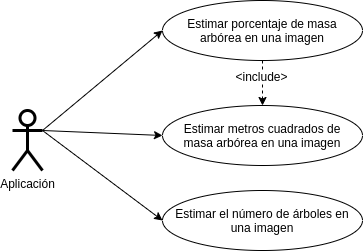
The draw.io diagram docs/CasosUsoVision.png in dsilvalo28/AIVA-DAIA, before a commit. Source tidied: cells renumbered, new cells last; positions are measured from the earlier drawing's top-left corner, leaving out a move shared by most shapes.
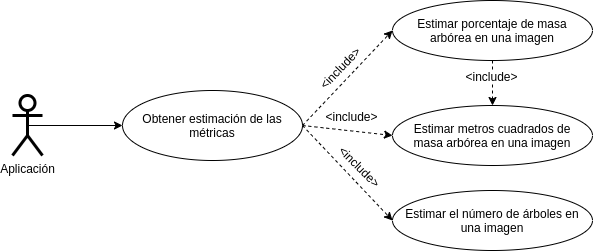
The same diagram one commit later.

Diff of the diagram source:
```diff
@@ -2,32 +2,53 @@
   <root>
     <mxCell id="0" />
     <mxCell id="1" parent="0" />
-    <mxCell id="2" style="edgeStyle=none;rounded=0;jettySize=auto;html=1;exitX=1;exitY=0.3333333333333333;exitDx=0;exitDy=0;exitPerimeter=0;entryX=0;entryY=0.5;entryDx=0;entryDy=0;strokeColor=#000000;strokeWidth=1;" parent="1" edge="1" source="5" target="9">
+    <mxCell id="2" style="edgeStyle=none;rounded=0;jettySize=auto;html=1;exitX=1;exitY=0.5;exitDx=0;exitDy=0;entryX=0;entryY=0.5;entryDx=0;entryDy=0;strokeColor=#000000;strokeWidth=1;dashed=1;" parent="1" edge="1" source="12" target="10">
       <mxGeometry relative="1" as="geometry" />
     </mxCell>
-    <mxCell id="3" style="edgeStyle=none;rounded=0;jettySize=auto;html=1;exitX=1;exitY=0.3333333333333333;exitDx=0;exitDy=0;exitPerimeter=0;entryX=0;entryY=0.5;entryDx=0;entryDy=0;strokeColor=#000000;strokeWidth=1;" parent="1" edge="1" source="5" target="6">
+    <mxCell id="3" style="edgeStyle=none;rounded=0;jettySize=auto;html=1;exitX=1;exitY=0.5;exitDx=0;exitDy=0;entryX=0;entryY=0.5;entryDx=0;entryDy=0;strokeColor=#000000;strokeWidth=1;dashed=1;" parent="1" edge="1" source="12" target="7">
       <mxGeometry relative="1" as="geometry" />
     </mxCell>
-    <mxCell id="4" style="edgeStyle=none;rounded=0;jettySize=auto;html=1;exitX=1;exitY=0.3333333333333333;exitDx=0;exitDy=0;exitPerimeter=0;entryX=0;entryY=0.5;entryDx=0;entryDy=0;strokeColor=#000000;strokeWidth=1;" parent="1" edge="1" source="5" target="10">
+    <mxCell id="4" style="edgeStyle=none;rounded=0;jettySize=auto;html=1;exitX=1;exitY=0.5;exitDx=0;exitDy=0;entryX=0;entryY=0.5;entryDx=0;entryDy=0;strokeColor=#000000;strokeWidth=1;dashed=1;" parent="1" edge="1" source="12" target="11">
       <mxGeometry relative="1" as="geometry" />
     </mxCell>
-    <mxCell id="5" value="Aplicación" style="shape=umlActor;verticalLabelPosition=bottom;labelBackgroundColor=#ffffff;verticalAlign=top;html=1;strokeWidth=3;" parent="1" vertex="1">
-      <mxGeometry y="110" width="30" height="60" as="geometry" />
+    <mxCell id="5" style="edgeStyle=orthogonalEdgeStyle;rounded=0;jettySize=auto;html=1;exitX=0.5;exitY=0.5;exitDx=0;exitDy=0;exitPerimeter=0;entryX=0;entryY=0.5;entryDx=0;entryDy=0;" parent="1" edge="1" source="6" target="12">
+      <mxGeometry relative="1" as="geometry" />
     </mxCell>
-    <mxCell id="6" value="Estimar metros cuadrados de masa arbórea en una imagen" style="ellipse;whiteSpace=wrap;align=center;html=1;spacingLeft=8;spacingRight=8;" parent="1" vertex="1">
-      <mxGeometry x="150" y="105" width="200" height="60" as="geometry" />
+    <mxCell id="6" value="Aplicación" style="shape=umlActor;verticalLabelPosition=bottom;labelBackgroundColor=#ffffff;verticalAlign=top;html=1;strokeWidth=3;" parent="1" vertex="1">
+      <mxGeometry y="110" width="30" height="60" as="geometry" />
     </mxCell>
-    <mxCell id="7" style="edgeStyle=none;rounded=0;jettySize=auto;html=1;entryX=0.5;entryY=0;entryDx=0;entryDy=0;strokeColor=#000000;strokeWidth=1;dashed=1;" parent="1" edge="1" source="9" target="6">
-      <mxGeometry relative="1" as="geometry" />
+    <mxCell id="7" value="Estimar metros cuadrados de masa arbórea en una imagen" style="ellipse;whiteSpace=wrap;align=center;html=1;spacingLeft=8;spacingRight=8;" parent="1" vertex="1">
+      <mxGeometry x="380" y="120" width="200" height="60" as="geometry" />
     </mxCell>
-    <mxCell id="8" value="&amp;lt;include&amp;gt;" style="text;html=1;align=center;verticalAlign=middle;labelBackgroundColor=#ffffff;" parent="7" vertex="1">
-      <mxGeometry x="-0.33" y="-2" relative="1" as="geometry" />
+    <mxCell id="8" style="edgeStyle=none;rounded=0;jettySize=auto;html=1;entryX=0.5;entryY=0;entryDx=0;entryDy=0;strokeColor=#000000;strokeWidth=1;dashed=1;" parent="1" edge="1" source="10" target="7">
+      <mxGeometry relative="1" as="geometry" />
     </mxCell>
-    <mxCell id="9" value="Estimar porcentaje de masa arbórea en una imagen" style="ellipse;whiteSpace=wrap;align=center;html=1;spacingLeft=8;spacingRight=8;" parent="1" vertex="1">
-      <mxGeometry x="150" width="200" height="60" as="geometry" />
+    <mxCell id="9" value="&amp;lt;include&amp;gt;" style="text;html=1;align=center;verticalAlign=middle;points=[];labelBackgroundColor=#ffffff;" parent="8" vertex="1">
+      <mxGeometry x="-0.33" y="-2" relative="1" as="geometry" />
     </mxCell>
-    <mxCell id="10" value="Estimar el número de árboles en una imagen" style="ellipse;whiteSpace=wrap;align=center;html=1;spacingLeft=8;spacingRight=8;" parent="1" vertex="1">
-      <mxGeometry x="150" y="190" width="200" height="60" as="geometry" />
+    <mxCell id="10" value="Estimar porcentaje de masa arbórea en una imagen" style="ellipse;whiteSpace=wrap;align=center;html=1;spacingLeft=8;spacingRight=8;" parent="1" vertex="1">
+      <mxGeometry x="380" y="15" width="200" height="60" as="geometry" />
     </mxCell>
+    <mxCell id="11" value="Estimar el número de árboles en una imagen" style="ellipse;whiteSpace=wrap;align=center;html=1;spacingLeft=8;spacingRight=8;" parent="1" vertex="1">
+      <mxGeometry x="380" y="205" width="200" height="60" as="geometry" />
+    </mxCell>
+    <mxCell id="12" value="Obtener estimación de las métricas" style="ellipse;whiteSpace=wrap;html=1;" parent="1" vertex="1">
+      <mxGeometry x="110" y="105" width="180" height="70" as="geometry" />
+    </mxCell>
+    <mxCell id="13" value="&amp;lt;include&amp;gt;" style="text;html=1;align=center;verticalAlign=middle;labelBackgroundColor=#ffffff;rotation=45;" parent="1" vertex="1">
+      <mxGeometry x="370" y="175" as="geometry">
+        <mxPoint x="-12" y="20" as="offset" />
+      </mxGeometry>
+    </mxCell>
+    <mxCell id="14" value="&amp;lt;include&amp;gt;" style="text;html=1;align=center;verticalAlign=middle;labelBackgroundColor=#ffffff;rotation=-46;" parent="1" vertex="1">
+      <mxGeometry x="320" y="60" as="geometry">
+        <mxPoint x="-12" y="20" as="offset" />
+      </mxGeometry>
+    </mxCell>
+    <mxCell id="15" value="&amp;lt;include&amp;gt;" style="text;html=1;align=center;verticalAlign=middle;labelBackgroundColor=#ffffff;" parent="1" vertex="1">
+      <mxGeometry x="350" y="110" as="geometry">
+        <mxPoint x="-12" y="20" as="offset" />
+      </mxGeometry>
+    </mxCell>
   </root>
 </mxGraphModel>
```
